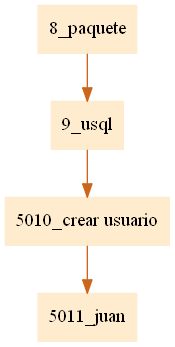
Above: pr1Compilarodores2/paquete.png in JamesMelgar/compi2javaccpr1 (Graphviz), before the change. Its source is kept beside it as pr1Compilarodores2/paquete.dot.
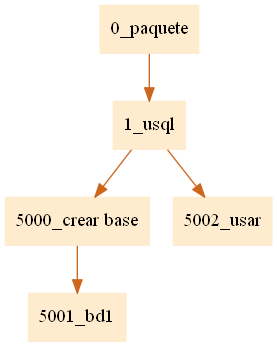
After the commit.

The edit, as a diff of the source:
```diff
@@ -1,5 +1,5 @@
 digraph G {node[shape=box, style=filled, color=blanchedalmond]; edge[color=chocolate3];rankdir=UD
 
-"8_paquete"->"9_usql""9_usql"->"5010_crear usuario""5010_crear usuario"->"5011_juan"
+"0_paquete"->"1_usql""1_usql"->"5000_crear base""5000_crear base"->"5001_bd1""1_usql"->"5002_usar"
 
 }
```
